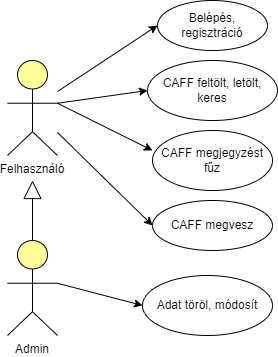
This is img/use-case.png from Matyi98/Szamitogep-biztonsag-VIHIMA06, a draw.io export, as it was before one commit. Source tidied: cells renumbered, new cells last; positions are measured from the earlier drawing's top-left corner, leaving out a move shared by most shapes.
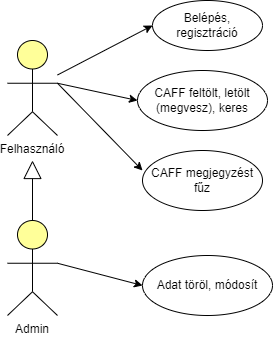
The same diagram one commit later.

Commit message:
use case

The edit, as a diff of the source:
```diff
@@ -1,4 +1,4 @@
-<mxGraphModel>
+<mxGraphModel background="#ffffff">
   <root>
     <mxCell id="0" />
     <mxCell id="1" parent="0" />
@@ -9,7 +9,7 @@
       <mxGeometry y="240" width="50" height="95" as="geometry" />
     </mxCell>
     <mxCell id="4" value="Belépés, regisztráció" style="ellipse;whiteSpace=wrap;html=1;" parent="1" vertex="1">
-      <mxGeometry x="150" width="110" height="50" as="geometry" />
+      <mxGeometry x="145" y="20" width="110" height="50" as="geometry" />
     </mxCell>
     <mxCell id="5" style="endArrow=classic;html=1;rounded=0;entryX=0;entryY=0.5;entryDx=0;entryDy=0;" parent="1" edge="1" source="2" target="4">
       <mxGeometry relative="1" as="geometry" />
@@ -17,8 +17,8 @@
     <mxCell id="6" style="endArrow=classic;html=1;rounded=0;entryX=0;entryY=0.5;entryDx=0;entryDy=0;exitX=1;exitY=0.45;exitDx=0;exitDy=0;exitPerimeter=0;" parent="1" edge="1" source="2" target="7">
       <mxGeometry relative="1" as="geometry" />
     </mxCell>
-    <mxCell id="7" value="CAFF feltölt, letölt, keres" style="ellipse;whiteSpace=wrap;html=1;" parent="1" vertex="1">
-      <mxGeometry x="140" y="60" width="130" height="60" as="geometry" />
+    <mxCell id="7" value="CAFF feltölt, letölt (megvesz), keres" style="ellipse;whiteSpace=wrap;html=1;" parent="1" vertex="1">
+      <mxGeometry x="130" y="90" width="130" height="60" as="geometry" />
     </mxCell>
     <mxCell id="8" style="endArrow=block;html=1;rounded=0;endFill=0;endSize=16;" parent="1" edge="1" source="3">
       <mxGeometry relative="1" as="geometry">
@@ -32,16 +32,10 @@
       <mxGeometry relative="1" as="geometry" />
     </mxCell>
     <mxCell id="11" value="CAFF megjegyzést fűz" style="ellipse;whiteSpace=wrap;html=1;" parent="1" vertex="1">
-      <mxGeometry x="145" y="130" width="120" height="60" as="geometry" />
+      <mxGeometry x="135" y="170" width="120" height="60" as="geometry" />
     </mxCell>
     <mxCell id="12" style="endArrow=classic;html=1;rounded=0;entryX=0;entryY=0.333;entryDx=0;entryDy=0;exitX=1;exitY=0.45;exitDx=0;exitDy=0;exitPerimeter=0;entryPerimeter=0;" parent="1" edge="1" source="2" target="11">
       <mxGeometry relative="1" as="geometry" />
     </mxCell>
-    <mxCell id="13" value="CAFF megvesz" style="ellipse;whiteSpace=wrap;html=1;" parent="1" vertex="1">
-      <mxGeometry x="145" y="200" width="120" height="50" as="geometry" />
-    </mxCell>
-    <mxCell id="14" style="endArrow=classic;html=1;rounded=0;entryX=0;entryY=0.5;entryDx=0;entryDy=0;" parent="1" edge="1" source="2" target="13">
-      <mxGeometry relative="1" as="geometry" />
-    </mxCell>
   </root>
 </mxGraphModel>
```
